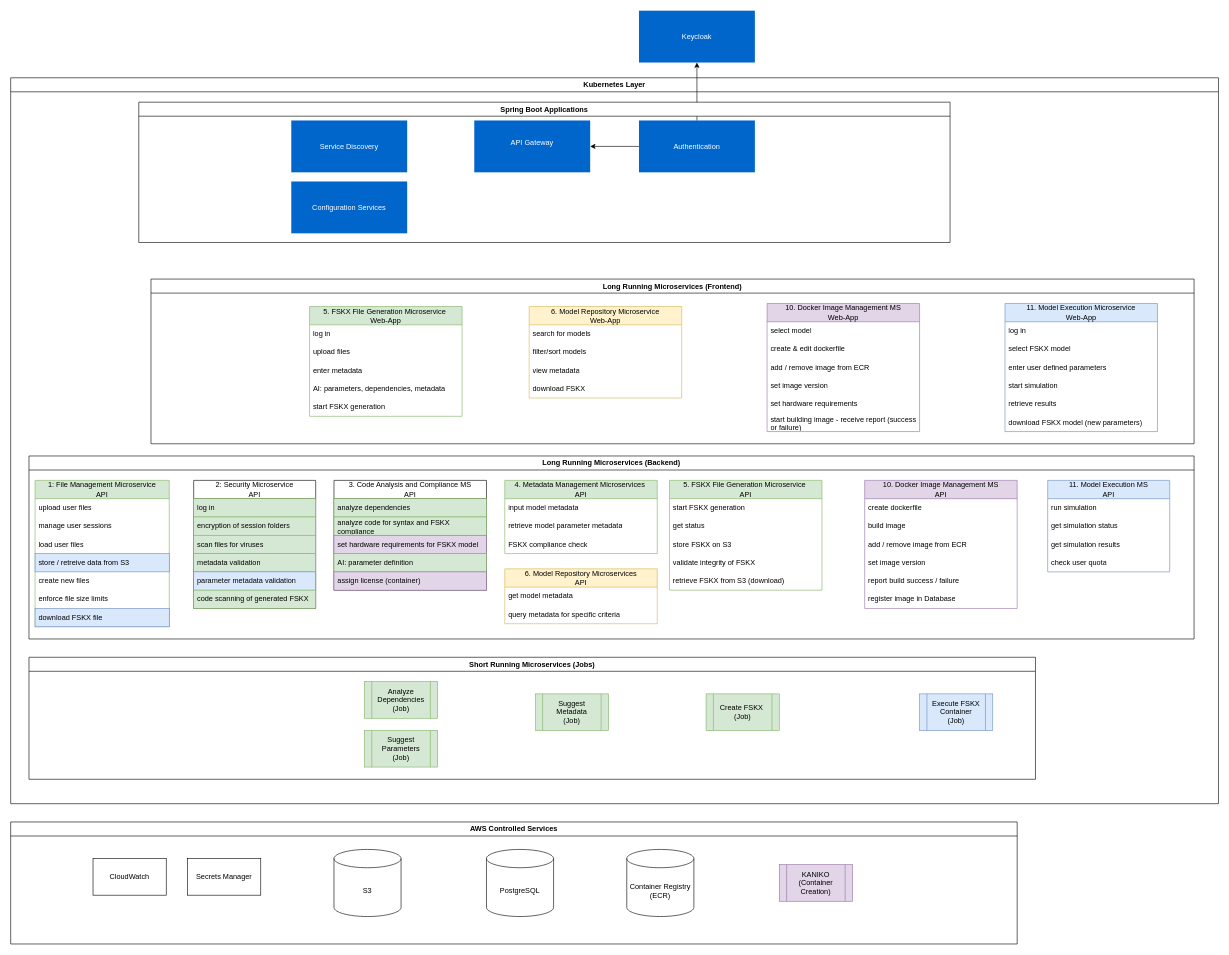
KIDA-BfR/App-Development keeps this draw.io diagram as page "Architecture" (1 of 5) of FSKX_Service_C4_Architecture.drawio. Above is the earlier version. Source tidied: cells renumbered, new cells numbered last; positions are measured from the earlier drawing's top-left corner, leaving out a move shared by most shapes. Both pictures are drawn from the tidied source at 61%, with x=0, y=0 at pixel (10, 10).
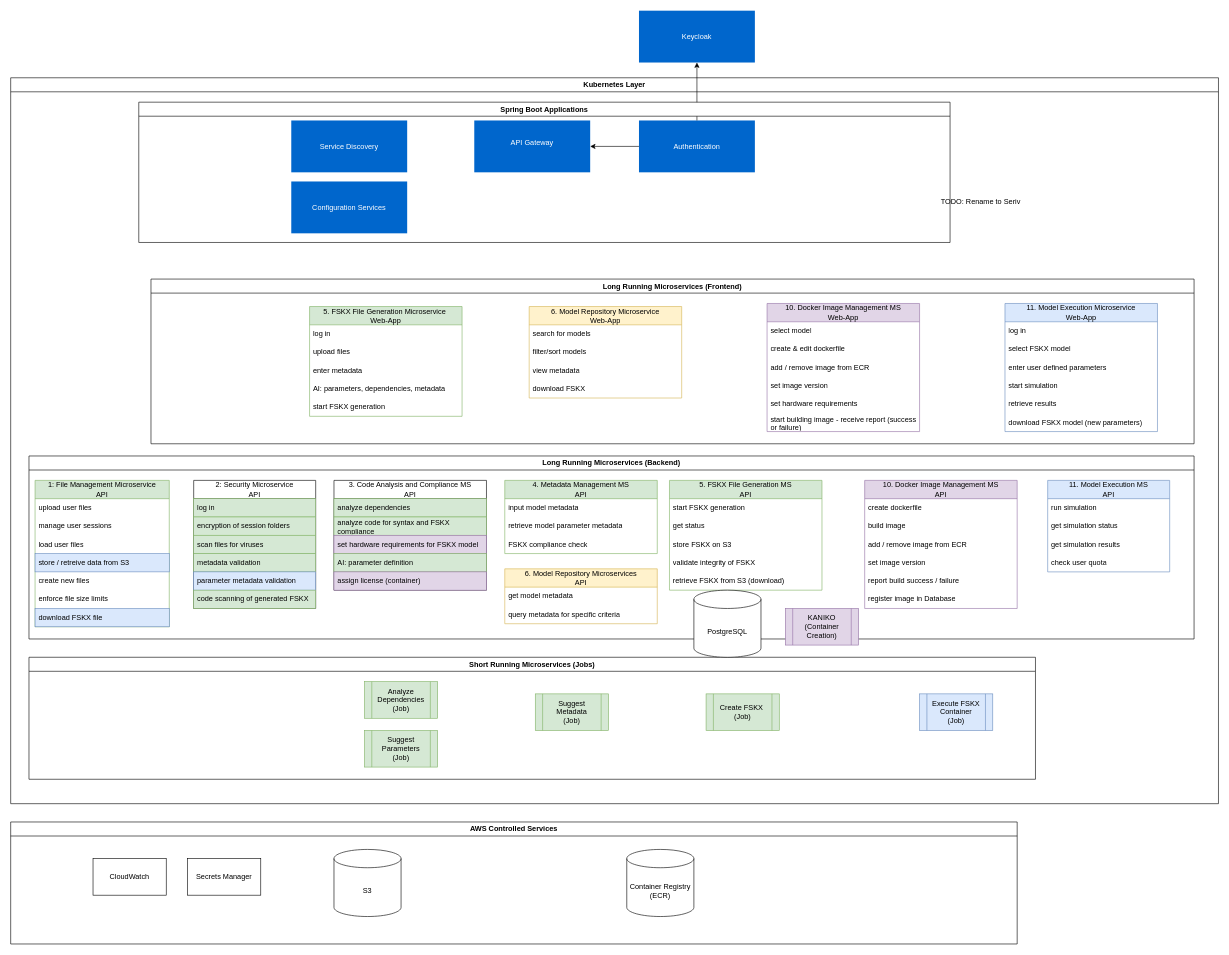
Above is the later version.

Unchanged cells that the change refers to:
```xml
<mxCell id="23" value="AWS Controlled Services" style="swimlane;whiteSpace=wrap;html=1;" parent="1" vertex="1">
  <mxGeometry y="1330" width="1650" height="200" as="geometry" />
</mxCell>
<mxCell id="30" value="Kubernetes Layer" style="swimlane;whiteSpace=wrap;html=1;" parent="1" vertex="1">
  <mxGeometry y="110" width="1980" height="1190" as="geometry" />
</mxCell>
```

The edit, as a diff of the source:
```diff
@@
-    <mxCell id="25" value="PostgreSQL" style="shape=cylinder3;whiteSpace=wrap;html=1;boundedLbl=1;backgroundOutline=1;size=15;" parent="23" vertex="1">
-      <mxGeometry x="780" y="45" width="110" height="110" as="geometry" />
-    </mxCell>
@@
-    <mxCell id="29" value="KANIKO&lt;div&gt;(Container Creation)&lt;/div&gt;" style="shape=process;whiteSpace=wrap;html=1;backgroundOutline=1;fillColor=#e1d5e7;strokeColor=#9673a6;" parent="23" vertex="1">
-      <mxGeometry x="1260" y="70" width="120" height="60" as="geometry" />
-    </mxCell>
@@
-    <mxCell id="43" value="5. FSKX File Generation Microservice&amp;nbsp;&lt;div&gt;API&lt;/div&gt;" style="swimlane;fontStyle=0;horizontal=1;startSize=30;whiteSpace=wrap;html=1;fillColor=#d5e8d4;strokeColor=#82b366;" parent="30" vertex="1">
+    <mxCell id="43" value="5. FSKX File Generation MS&lt;div&gt;API&lt;/div&gt;" style="swimlane;fontStyle=0;horizontal=1;startSize=30;whiteSpace=wrap;html=1;fillColor=#d5e8d4;strokeColor=#82b366;" parent="30" vertex="1">
       <mxGeometry x="1080" y="660" width="250" height="180" as="geometry" />
     </mxCell>
@@
-    <mxCell id="49" value="4. Metadata Management Microservices&amp;nbsp;&lt;div&gt;API&lt;/div&gt;" style="swimlane;fontStyle=0;horizontal=1;startSize=30;whiteSpace=wrap;html=1;fillColor=#d5e8d4;strokeColor=#82b366;" parent="30" vertex="1">
+    <mxCell id="49" value="4. Metadata Management MS&lt;div&gt;API&lt;/div&gt;" style="swimlane;fontStyle=0;horizontal=1;startSize=30;whiteSpace=wrap;html=1;fillColor=#d5e8d4;strokeColor=#82b366;" parent="30" vertex="1">
       <mxGeometry x="810" y="660" width="250" height="120" as="geometry" />
     </mxCell>
@@
+    <mxCell id="25" value="PostgreSQL" style="shape=cylinder3;whiteSpace=wrap;html=1;boundedLbl=1;backgroundOutline=1;size=15;" parent="30" vertex="1">
+      <mxGeometry x="1120" y="840" width="110" height="110" as="geometry" />
+    </mxCell>
+    <mxCell id="29" value="KANIKO&lt;div&gt;(Container Creation)&lt;/div&gt;" style="shape=process;whiteSpace=wrap;html=1;backgroundOutline=1;fillColor=#e1d5e7;strokeColor=#9673a6;" parent="30" vertex="1">
+      <mxGeometry x="1270" y="870" width="120" height="60" as="geometry" />
+    </mxCell>
@@
+    <mxCell id="97" value="TODO: Rename to Seriv" style="text;html=1;align=center;verticalAlign=middle;strokeColor=none;fillColor=none;" parent="1" vertex="1">
+      <mxGeometry x="1515" y="298" width="150" height="30" as="geometry" />
+    </mxCell>
```
